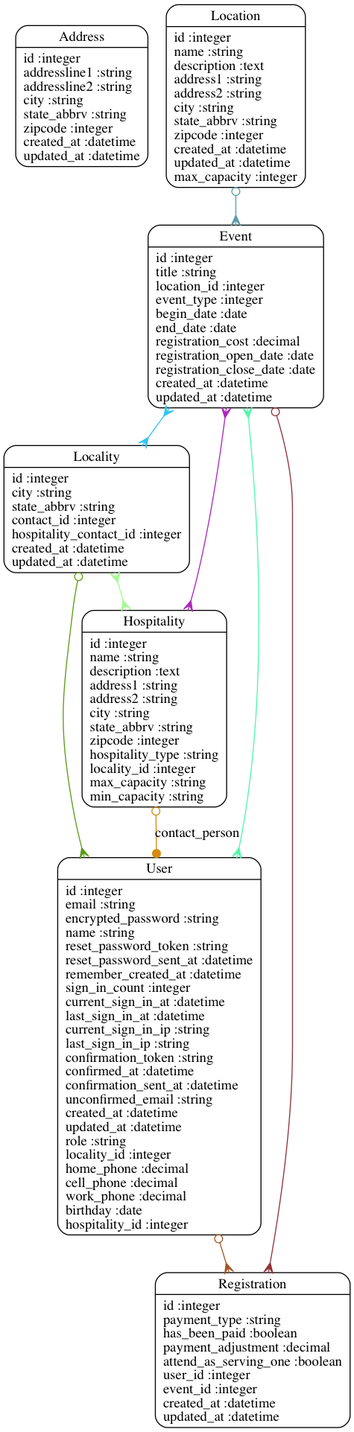
hdfelix/ypreg keeps this Graphviz diagram as models.png. Above is the earlier version. Its source is kept beside it as models.dot.
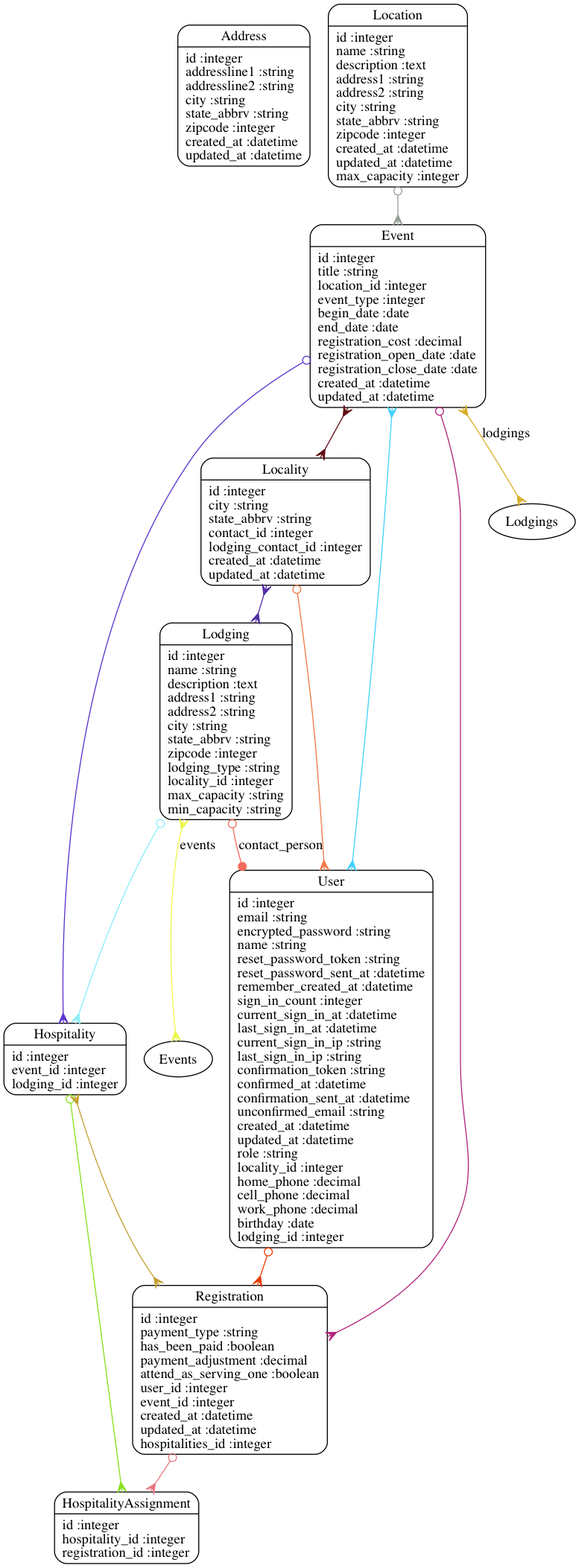
The same file after the commit.

Commit message:
Finish Lodging -> Hospitality -> HospitalityAssignment modeling

Change to the diagram source:
```diff
@@ -2,18 +2,26 @@
 	graph[overlap=false, splines=true]
 	"Address" [shape=Mrecord, label="{Address|id :integer\laddressline1 :string\laddressline2 :string\lcity :string\lstate_abbrv :string\lzipcode :integer\lcreated_at :datetime\lupdated_at :datetime\l}"]
 	"Event" [shape=Mrecord, label="{Event|id :integer\ltitle :string\llocation_id :integer\levent_type :integer\lbegin_date :date\lend_date :date\lregistration_cost :decimal\lregistration_open_date :date\lregistration_close_date :date\lcreated_at :datetime\lupdated_at :datetime\l}"]
-	"Hospitality" [shape=Mrecord, label="{Hospitality|id :integer\lname :string\ldescription :text\laddress1 :string\laddress2 :string\lcity :string\lstate_abbrv :string\lzipcode :integer\lhospitality_type :string\llocality_id :integer\lmax_capacity :string\lmin_capacity :string\l}"]
-	"Locality" [shape=Mrecord, label="{Locality|id :integer\lcity :string\lstate_abbrv :string\lcontact_id :integer\lhospitality_contact_id :integer\lcreated_at :datetime\lupdated_at :datetime\l}"]
+	"Hospitality" [shape=Mrecord, label="{Hospitality|id :integer\levent_id :integer\llodging_id :integer\l}"]
+	"HospitalityAssignment" [shape=Mrecord, label="{HospitalityAssignment|id :integer\lhospitality_id :integer\lregistration_id :integer\l}"]
+	"Locality" [shape=Mrecord, label="{Locality|id :integer\lcity :string\lstate_abbrv :string\lcontact_id :integer\llodging_contact_id :integer\lcreated_at :datetime\lupdated_at :datetime\l}"]
 	"Location" [shape=Mrecord, label="{Location|id :integer\lname :string\ldescription :text\laddress1 :string\laddress2 :string\lcity :string\lstate_abbrv :string\lzipcode :integer\lcreated_at :datetime\lupdated_at :datetime\lmax_capacity :integer\l}"]
-	"Registration" [shape=Mrecord, label="{Registration|id :integer\lpayment_type :string\lhas_been_paid :boolean\lpayment_adjustment :decimal\lattend_as_serving_one :boolean\luser_id :integer\levent_id :integer\lcreated_at :datetime\lupdated_at :datetime\l}"]
-	"User" [shape=Mrecord, label="{User|id :integer\lemail :string\lencrypted_password :string\lname :string\lreset_password_token :string\lreset_password_sent_at :datetime\lremember_created_at :datetime\lsign_in_count :integer\lcurrent_sign_in_at :datetime\llast_sign_in_at :datetime\lcurrent_sign_in_ip :string\llast_sign_in_ip :string\lconfirmation_token :string\lconfirmed_at :datetime\lconfirmation_sent_at :datetime\lunconfirmed_email :string\lcreated_at :datetime\lupdated_at :datetime\lrole :string\llocality_id :integer\lhome_phone :decimal\lcell_phone :decimal\lwork_phone :decimal\lbirthday :date\lhospitality_id :integer\l}"]
-	"Event" -> "Registration" [arrowtail=odot, arrowhead=crow, dir=both color="#903137"]
-	"Event" -> "User" [arrowtail=crow, arrowhead=crow, dir=both color="#4DF8A8"]
-	"Event" -> "Locality" [arrowtail=crow, arrowhead=crow, dir=both color="#31C4F0"]
-	"Event" -> "Hospitality" [arrowtail=crow, arrowhead=crow, dir=both color="#AB26BB"]
-	"Hospitality" -> "User" [label="contact_person", arrowtail=odot, arrowhead=dot, dir=both color="#D78B10"]
-	"Locality" -> "User" [arrowtail=odot, arrowhead=crow, dir=both color="#5B9B16"]
-	"Locality" -> "Hospitality" [arrowtail=crow, arrowhead=crow, dir=both color="#A3F992"]
-	"Location" -> "Event" [arrowtail=odot, arrowhead=crow, dir=both color="#5B9BA7"]
-	"User" -> "Registration" [arrowtail=odot, arrowhead=crow, dir=both color="#A35427"]
+	"Lodging" [shape=Mrecord, label="{Lodging|id :integer\lname :string\ldescription :text\laddress1 :string\laddress2 :string\lcity :string\lstate_abbrv :string\lzipcode :integer\llodging_type :string\llocality_id :integer\lmax_capacity :string\lmin_capacity :string\l}"]
+	"Registration" [shape=Mrecord, label="{Registration|id :integer\lpayment_type :string\lhas_been_paid :boolean\lpayment_adjustment :decimal\lattend_as_serving_one :boolean\luser_id :integer\levent_id :integer\lcreated_at :datetime\lupdated_at :datetime\lhospitalities_id :integer\l}"]
+	"User" [shape=Mrecord, label="{User|id :integer\lemail :string\lencrypted_password :string\lname :string\lreset_password_token :string\lreset_password_sent_at :datetime\lremember_created_at :datetime\lsign_in_count :integer\lcurrent_sign_in_at :datetime\llast_sign_in_at :datetime\lcurrent_sign_in_ip :string\llast_sign_in_ip :string\lconfirmation_token :string\lconfirmed_at :datetime\lconfirmation_sent_at :datetime\lunconfirmed_email :string\lcreated_at :datetime\lupdated_at :datetime\lrole :string\llocality_id :integer\lhome_phone :decimal\lcell_phone :decimal\lwork_phone :decimal\lbirthday :date\llodging_id :integer\l}"]
+	"Event" -> "Registration" [arrowtail=odot, arrowhead=crow, dir=both color="#B0247B"]
+	"Event" -> "User" [arrowtail=crow, arrowhead=crow, dir=both color="#43D2FB"]
+	"Event" -> "Locality" [arrowtail=crow, arrowhead=crow, dir=both color="#600B12"]
+	"Event" -> "Hospitality" [arrowtail=odot, arrowhead=crow, dir=both color="#5B34CA"]
+	"Event" -> "Lodgings" [label="lodgings", arrowtail=crow, arrowhead=crow, dir=both color="#D8AF28"]
+	"Hospitality" -> "HospitalityAssignment" [arrowtail=odot, arrowhead=crow, dir=both color="#88E01E"]
+	"Hospitality" -> "Registration" [arrowtail=crow, arrowhead=crow, dir=both color="#C3A133"]
+	"Locality" -> "User" [arrowtail=odot, arrowhead=crow, dir=both color="#F27946"]
+	"Locality" -> "Lodging" [arrowtail=crow, arrowhead=crow, dir=both color="#522DA6"]
+	"Location" -> "Event" [arrowtail=odot, arrowhead=crow, dir=both color="#96A097"]
+	"Lodging" -> "Hospitality" [arrowtail=odot, arrowhead=crow, dir=both color="#89EEF9"]
+	"Lodging" -> "Events" [label="events", arrowtail=crow, arrowhead=crow, dir=both color="#EDF64B"]
+	"Lodging" -> "User" [label="contact_person", arrowtail=odot, arrowhead=dot, dir=both color="#F36B5B"]
+	"Registration" -> "HospitalityAssignment" [arrowtail=odot, arrowhead=crow, dir=both color="#E97881"]
+	"User" -> "Registration" [arrowtail=odot, arrowhead=crow, dir=both color="#EC3905"]
 }
```
